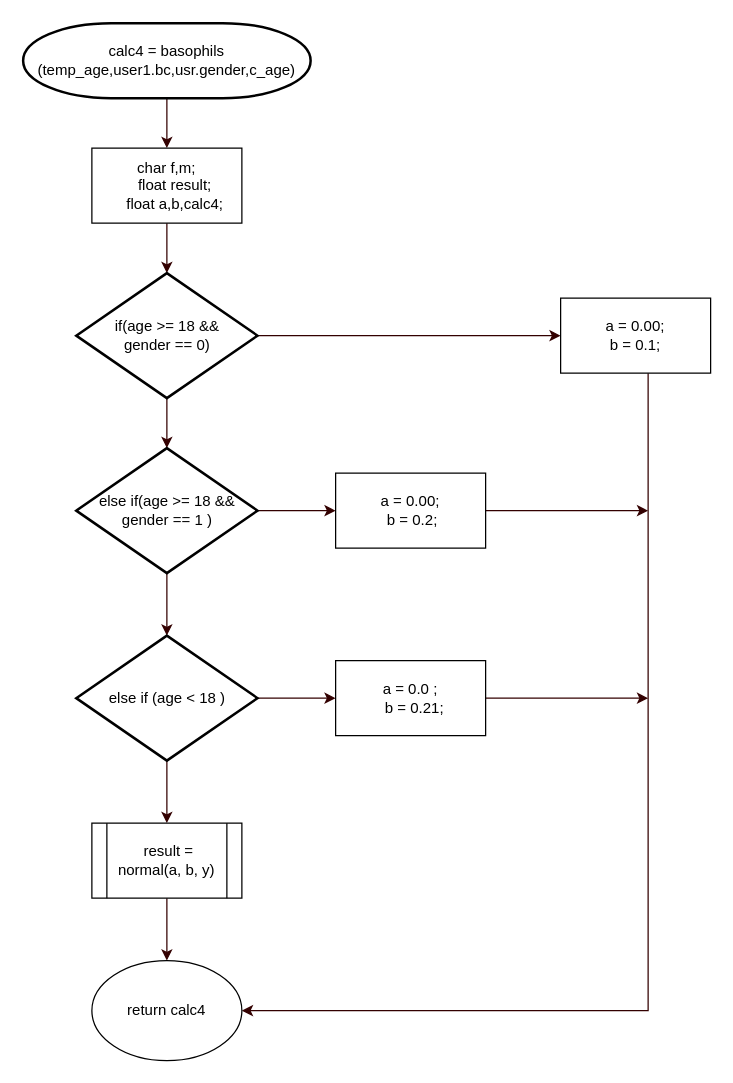
Earlier version of the draw.io diagram page "calc4" (10 of 21) of Untitled Diagram.drawio (osamu296/anemia-risk-detector-cdio). Source tidied: cells renumbered, new cells numbered last; positions are measured from the earlier drawing's top-left corner, leaving out a move shared by most shapes. Both pictures are drawn from the tidied source at 125%, with x=0, y=0 at pixel (22, 22).
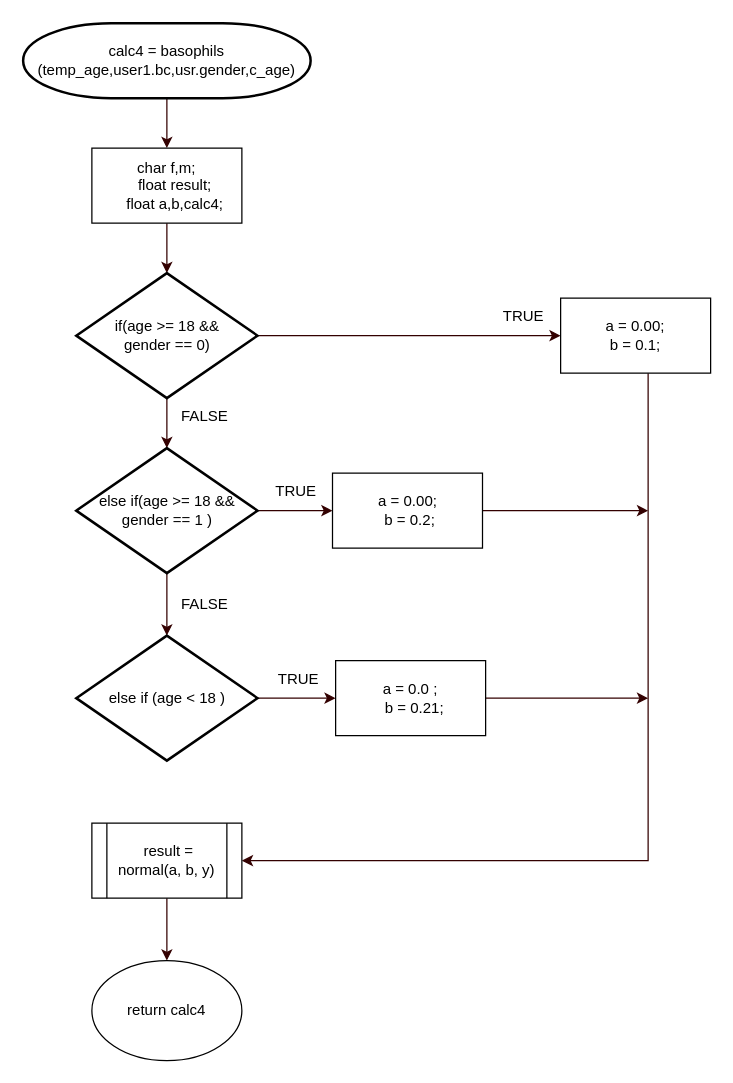
After the change.

The change refers to these unchanged cells:
```xml
<mxCell id="14" value="else if (age &amp;lt; 18 )" style="strokeWidth=2;html=1;shape=mxgraph.flowchart.decision;whiteSpace=wrap;rounded=0;strokeColor=default;fontFamily=Helvetica;fontSize=12;fontColor=default;fillColor=default;" parent="1" vertex="1">
  <mxGeometry x="42.5" y="490" width="145" height="100" as="geometry" />
</mxCell>
<mxCell id="20" value="&lt;div&gt;a = 0.00;&lt;/div&gt;&lt;div&gt;b = 0.1;&lt;/div&gt;" style="whiteSpace=wrap;html=1;rounded=0;strokeColor=default;fontFamily=Helvetica;fontSize=12;fontColor=default;fillColor=default;" parent="1" vertex="1">
  <mxGeometry x="430" y="220" width="120" height="60" as="geometry" />
</mxCell>
<mxCell id="22" value="&amp;nbsp;result = normal(a, b, y)" style="shape=process;whiteSpace=wrap;html=1;backgroundOutline=1;rounded=0;strokeColor=default;fontFamily=Helvetica;fontSize=12;fontColor=default;fillColor=default;" parent="1" vertex="1">
  <mxGeometry x="55" y="640" width="120" height="60" as="geometry" />
</mxCell>
<mxCell id="23" value="return calc4" style="ellipse;whiteSpace=wrap;html=1;rounded=0;strokeColor=default;fontFamily=Helvetica;fontSize=12;fontColor=default;fillColor=default;" parent="1" vertex="1">
  <mxGeometry x="55" y="750" width="120" height="80" as="geometry" />
</mxCell>
```

The edit, as a diff of the source:
```diff
@@
-    <mxCell id="12" style="edgeStyle=orthogonalEdgeStyle;rounded=0;jettySize=auto;html=1;strokeColor=#330000;fontFamily=Helvetica;fontSize=12;fontColor=default;fillColor=#33FF33;" parent="1" edge="1" source="14">
-      <mxGeometry relative="1" as="geometry">
-        <mxPoint x="115" y="640" as="targetPoint" />
-      </mxGeometry>
-    </mxCell>
@@
     <mxCell id="16" value="&lt;div&gt;a = 0.00;&lt;/div&gt;&lt;div&gt;&lt;span style=&quot;background-color: initial;&quot;&gt;&amp;nbsp;b = 0.2;&lt;/span&gt;&lt;/div&gt;" style="whiteSpace=wrap;html=1;rounded=0;strokeColor=default;fontFamily=Helvetica;fontSize=12;fontColor=default;fillColor=default;" parent="1" vertex="1">
-      <mxGeometry x="250" y="360" width="120" height="60" as="geometry" />
+      <mxGeometry x="247.5" y="360" width="120" height="60" as="geometry" />
     </mxCell>
@@
-    <mxCell id="19" style="edgeStyle=orthogonalEdgeStyle;rounded=0;jettySize=auto;html=1;entryX=1;entryY=0.5;entryDx=0;entryDy=0;strokeColor=#330000;fontFamily=Helvetica;fontSize=12;fontColor=default;fillColor=#33FF33;" parent="1" edge="1" source="20" target="23">
+    <mxCell id="19" style="edgeStyle=orthogonalEdgeStyle;rounded=0;jettySize=auto;html=1;entryX=1;entryY=0.5;entryDx=0;entryDy=0;strokeColor=#330000;fontFamily=Helvetica;fontSize=12;fontColor=default;fillColor=#33FF33;" parent="1" edge="1" source="20" target="22">
       <mxGeometry relative="1" as="geometry">
         <Array as="points">
-          <mxPoint x="500" y="790" />
+          <mxPoint x="500" y="670" />
         </Array>
       </mxGeometry>
     </mxCell>
@@
+    <mxCell id="24" value="TRUE" style="text;html=1;align=center;verticalAlign=middle;strokeColor=none;fillColor=none;fontSize=12;fontFamily=Helvetica;fontColor=default;" parent="1" vertex="1">
+      <mxGeometry x="370" y="220" width="60" height="30" as="geometry" />
+    </mxCell>
+    <mxCell id="25" value="FALSE" style="text;html=1;align=center;verticalAlign=middle;strokeColor=none;fillColor=none;fontSize=12;fontFamily=Helvetica;fontColor=default;" parent="1" vertex="1">
+      <mxGeometry x="115" y="300" width="60" height="30" as="geometry" />
+    </mxCell>
+    <mxCell id="26" value="TRUE" style="text;html=1;align=center;verticalAlign=middle;strokeColor=none;fillColor=none;fontSize=12;fontFamily=Helvetica;fontColor=default;" parent="1" vertex="1">
+      <mxGeometry x="187.5" y="360" width="60" height="30" as="geometry" />
+    </mxCell>
+    <mxCell id="27" value="FALSE" style="text;html=1;align=center;verticalAlign=middle;strokeColor=none;fillColor=none;fontSize=12;fontFamily=Helvetica;fontColor=default;" parent="1" vertex="1">
+      <mxGeometry x="115" y="450" width="60" height="30" as="geometry" />
+    </mxCell>
+    <mxCell id="28" value="TRUE" style="text;html=1;align=center;verticalAlign=middle;strokeColor=none;fillColor=none;fontSize=12;fontFamily=Helvetica;fontColor=default;" parent="1" vertex="1">
+      <mxGeometry x="190" y="510" width="60" height="30" as="geometry" />
+    </mxCell>
```
